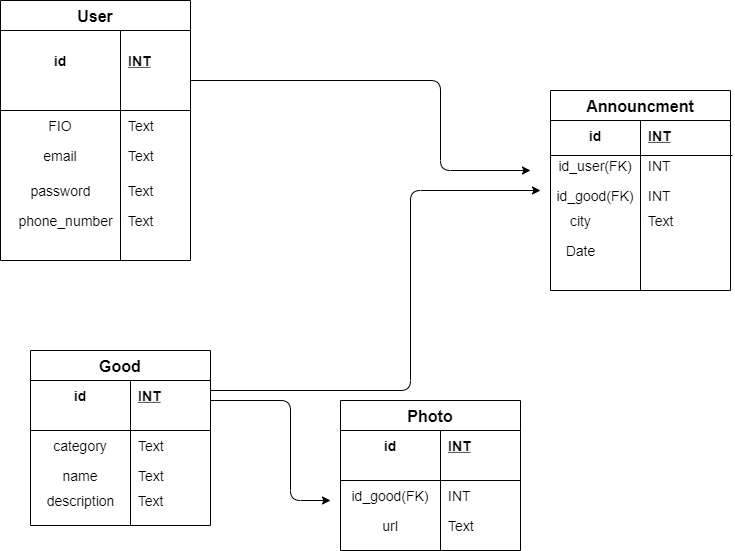
Above: DataBase.png in Amir0701/Rustem (draw.io), before the change. Source tidied: cells renumbered, new cells last; positions are measured from the earlier drawing's top-left corner, leaving out a move shared by most shapes.
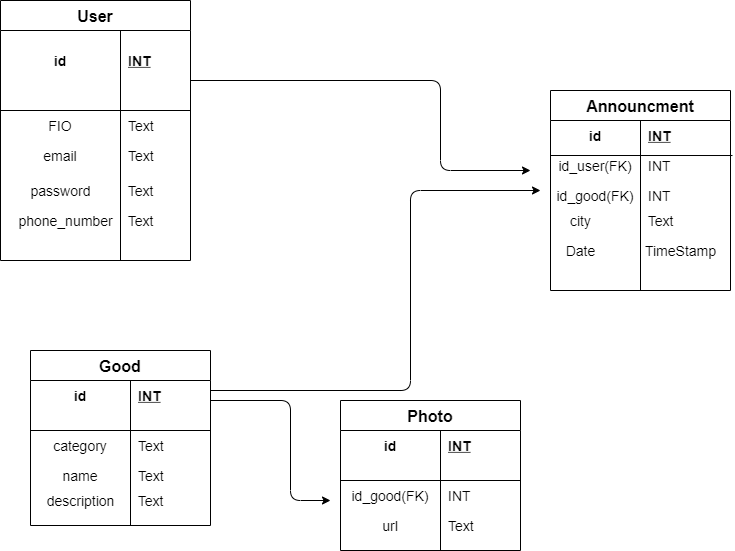
After the commit.

What changed in the source:
```diff
@@ -211,5 +211,8 @@
     <mxCell id="63" value="Text" style="text;html=1;align=center;verticalAlign=middle;strokeColor=none;fillColor=none;fontSize=14;" parent="1" vertex="1">
       <mxGeometry x="130" y="490" width="40" height="20" as="geometry" />
     </mxCell>
+    <mxCell id="64" value="&lt;font style=&quot;font-size: 14px&quot;&gt;TimeStamp&lt;/font&gt;" style="text;html=1;align=center;verticalAlign=middle;strokeColor=none;fillColor=none;" parent="1" vertex="1">
+      <mxGeometry x="635" y="240" width="90" height="20" as="geometry" />
+    </mxCell>
   </root>
 </mxGraphModel>
```
